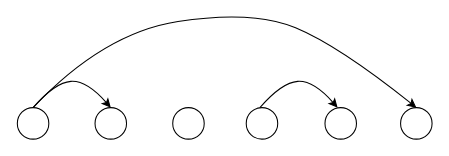
Before: 未命名绘图.drawio in Noctis-Xu/drawio, a draw.io diagram. Source tidied: cells renumbered, new cells numbered last; positions are measured from the earlier drawing's top-left corner, leaving out a move shared by most shapes. Both pictures are drawn from the tidied source at 105%, with x=0, y=0 at pixel (17, 9).
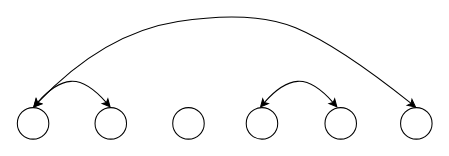
Above is the later version.

Commit message (it also covers changes not shown here):
更新未命名绘图.drawio

The edit, as a diff of the source:
```diff
@@
 <mxGraphModel>
   <root>
     <mxCell id="0" />
     <mxCell id="1" parent="0" />
     <mxCell id="2" style="ellipse;fillColor=#ffffff;strokeColor=#000000;" parent="1" vertex="1">
       <mxGeometry x="74" y="93" width="30" height="30" as="geometry" />
     </mxCell>
     <mxCell id="3" style="ellipse;fillColor=#ffffff;strokeColor=#000000;" parent="1" vertex="1">
       <mxGeometry x="365" y="93" width="30" height="30" as="geometry" />
     </mxCell>
     <mxCell id="4" style="ellipse;fillColor=#ffffff;strokeColor=#000000;" parent="1" vertex="1">
       <mxGeometry y="93" width="30" height="30" as="geometry" />
     </mxCell>
     <mxCell id="5" style="ellipse;fillColor=#ffffff;strokeColor=#000000;" parent="1" vertex="1">
       <mxGeometry x="293" y="93" width="30" height="30" as="geometry" />
     </mxCell>
     <mxCell id="6" style="ellipse;fillColor=#ffffff;strokeColor=#000000;" parent="1" vertex="1">
       <mxGeometry x="218" y="93" width="30" height="30" as="geometry" />
     </mxCell>
     <mxCell id="7" style="ellipse;fillColor=#ffffff;strokeColor=#000000;" parent="1" vertex="1">
       <mxGeometry x="148" y="93" width="30" height="30" as="geometry" />
     </mxCell>
-    <mxCell id="8" style="curved=1;endArrow=classic;html=1;rounded=0;exitX=0.5;exitY=0;exitDx=0;exitDy=0;entryX=0.5;entryY=0;entryDx=0;entryDy=0;" parent="1" edge="1" source="4" target="2">
+    <mxCell id="8" style="curved=1;endArrow=classic;html=1;rounded=0;exitX=0.5;exitY=0;exitDx=0;exitDy=0;entryX=0.5;entryY=0;entryDx=0;entryDy=0;startArrow=classic;startFill=1;" parent="1" edge="1" source="4" target="2">
       <mxGeometry relative="1" as="geometry">
         <Array as="points">
           <mxPoint x="36" y="69" />
           <mxPoint x="66" y="67" />
         </Array>
       </mxGeometry>
     </mxCell>
-    <mxCell id="9" style="curved=1;endArrow=classic;html=1;rounded=0;exitX=0.5;exitY=0;exitDx=0;exitDy=0;entryX=0.5;entryY=0;entryDx=0;entryDy=0;" parent="1" edge="1" source="4" target="3">
+    <mxCell id="9" style="curved=1;endArrow=classic;html=1;rounded=0;exitX=0.5;exitY=0;exitDx=0;exitDy=0;entryX=0.5;entryY=0;entryDx=0;entryDy=0;startArrow=classic;startFill=1;" parent="1" edge="1" source="4" target="3">
       <mxGeometry relative="1" as="geometry">
         <Array as="points">
           <mxPoint x="82" y="22" />
           <mxPoint x="224" />
           <mxPoint x="306" y="34" />
         </Array>
       </mxGeometry>
     </mxCell>
-    <mxCell id="10" style="curved=1;endArrow=classic;html=1;rounded=0;exitX=0.5;exitY=0;exitDx=0;exitDy=0;entryX=0.5;entryY=0;entryDx=0;entryDy=0;" parent="1" edge="1">
+    <mxCell id="10" style="curved=1;endArrow=classic;html=1;rounded=0;exitX=0.5;exitY=0;exitDx=0;exitDy=0;entryX=0.5;entryY=0;entryDx=0;entryDy=0;startArrow=classic;startFill=1;" parent="1" edge="1">
       <mxGeometry relative="1" as="geometry">
         <mxPoint x="231" y="93" as="sourcePoint" />
         <mxPoint x="305" y="93" as="targetPoint" />
         <Array as="points">
           <mxPoint x="252" y="69" />
           <mxPoint x="282" y="67" />
         </Array>
       </mxGeometry>
     </mxCell>
   </root>
 </mxGraphModel>
```
